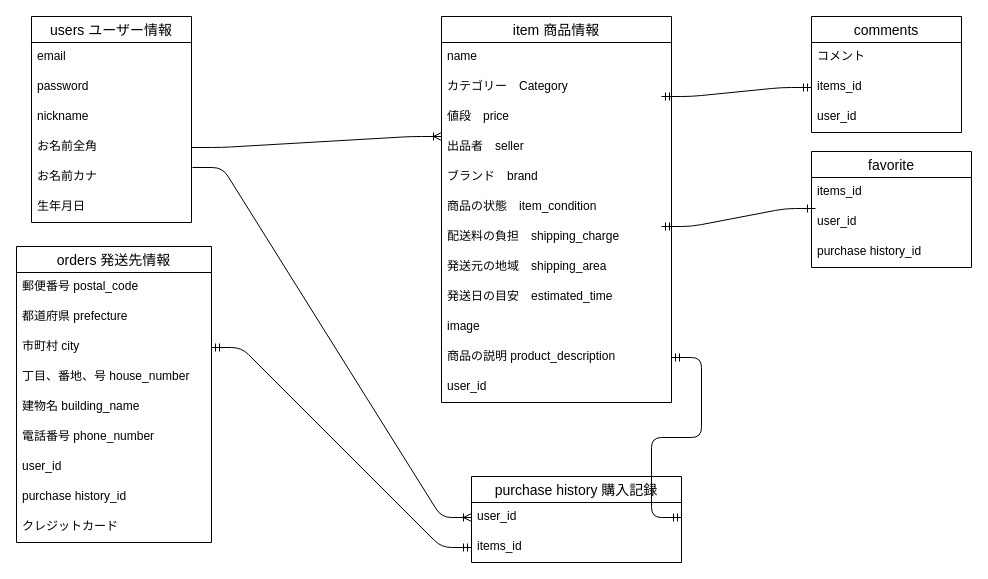
MasayukiU/furima-35825 keeps this draw.io diagram as test..dio. Above is the earlier version. Source tidied: cells renumbered, new cells numbered last; positions are measured from the earlier drawing's top-left corner, leaving out a move shared by most shapes. Both pictures are drawn from the tidied source at 100%, with x=0, y=0 at pixel (16, 16).
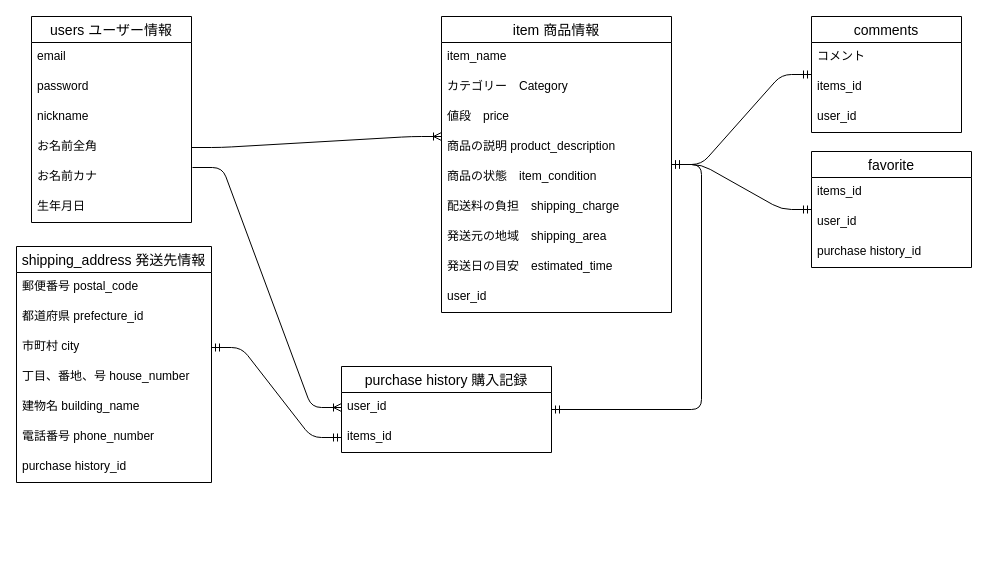
The same diagram, later.

Commit message (it also covers changes not shown here):
データベース設計 再修正

The change refers to these unchanged cells:
```xml
<mxCell id="6" value="お名前全角" style="text;strokeColor=none;fillColor=none;spacingLeft=4;spacingRight=4;overflow=hidden;points=[[0,0.5],[1,0.5]];portConstraint=eastwest;fontSize=12;" parent="2" vertex="1">
  <mxGeometry y="116" width="160" height="30" as="geometry" />
</mxCell>
<mxCell id="32" value="comments" style="swimlane;fontStyle=0;horizontal=1;startSize=26;align=center;fontSize=14;" parent="1" vertex="1">
  <mxGeometry x="795" width="150" height="116" as="geometry" />
</mxCell>
<mxCell id="34" value="items_id" style="text;strokeColor=none;fillColor=none;spacingLeft=4;spacingRight=4;overflow=hidden;points=[[0,0.5],[1,0.5]];portConstraint=eastwest;fontSize=12;" parent="32" vertex="1">
  <mxGeometry y="56" width="150" height="30" as="geometry" />
</mxCell>
<mxCell id="36" value="favorite" style="swimlane;fontStyle=0;horizontal=1;startSize=26;align=center;fontSize=14;" parent="1" vertex="1">
  <mxGeometry x="795" y="135" width="160" height="116" as="geometry" />
</mxCell>
<mxCell id="38" value="user_id" style="text;strokeColor=none;fillColor=none;spacingLeft=4;spacingRight=4;overflow=hidden;points=[[0,0.5],[1,0.5]];portConstraint=eastwest;fontSize=12;" parent="36" vertex="1">
  <mxGeometry y="56" width="160" height="30" as="geometry" />
</mxCell>
<mxCell id="41" value="user_id" style="text;strokeColor=none;fillColor=none;spacingLeft=4;spacingRight=4;overflow=hidden;points=[[0,0.5],[1,0.5]];portConstraint=eastwest;fontSize=12;" parent="40" vertex="1">
  <mxGeometry y="26" width="210" height="30" as="geometry" />
</mxCell>
```

The edit, as a diff of the source:
```diff
@@
     <mxCell id="9" value="item 商品情報" style="swimlane;fontStyle=0;horizontal=1;startSize=26;align=center;fontSize=14;" parent="1" vertex="1">
-      <mxGeometry x="425" width="230" height="386" as="geometry" />
+      <mxGeometry x="425" width="230" height="296" as="geometry" />
     </mxCell>
-    <mxCell id="10" value="name" style="text;strokeColor=none;fillColor=none;spacingLeft=4;spacingRight=4;overflow=hidden;fontSize=12;" parent="9" vertex="1">
+    <mxCell id="10" value="item_name" style="text;strokeColor=none;fillColor=none;spacingLeft=4;spacingRight=4;overflow=hidden;fontSize=12;" parent="9" vertex="1">
       <mxGeometry y="26" width="230" height="30" as="geometry" />
     </mxCell>
@@
-    <mxCell id="13" value="出品者　seller" style="text;strokeColor=none;fillColor=none;spacingLeft=4;spacingRight=4;overflow=hidden;points=[[0,0.5],[1,0.5]];portConstraint=eastwest;fontSize=12;" parent="9" vertex="1">
-      <mxGeometry y="116" width="230" height="30" as="geometry" />
-    </mxCell>
-    <mxCell id="14" value="ブランド　brand" style="text;strokeColor=none;fillColor=none;spacingLeft=4;spacingRight=4;overflow=hidden;fontSize=12;" parent="9" vertex="1">
-      <mxGeometry y="146" width="230" height="30" as="geometry" />
-    </mxCell>
+    <mxCell id="20" value="商品の説明 product_description" style="text;strokeColor=none;fillColor=none;spacingLeft=4;spacingRight=4;overflow=hidden;points=[[0,0.5],[1,0.5]];portConstraint=eastwest;fontSize=12;" parent="9" vertex="1">
+      <mxGeometry y="116" width="230" height="30" as="geometry" />
+    </mxCell>
     <mxCell id="15" value="商品の状態　item_condition" style="text;strokeColor=none;fillColor=none;spacingLeft=4;spacingRight=4;overflow=hidden;fontSize=12;" parent="9" vertex="1">
-      <mxGeometry y="176" width="230" height="30" as="geometry" />
+      <mxGeometry y="146" width="230" height="30" as="geometry" />
     </mxCell>
     <mxCell id="16" value="配送料の負担　shipping_charge" style="text;strokeColor=none;fillColor=none;spacingLeft=4;spacingRight=4;overflow=hidden;fontSize=12;" parent="9" vertex="1">
-      <mxGeometry y="206" width="230" height="30" as="geometry" />
+      <mxGeometry y="176" width="230" height="30" as="geometry" />
     </mxCell>
     <mxCell id="17" value="発送元の地域　shipping_area" style="text;strokeColor=none;fillColor=none;spacingLeft=4;spacingRight=4;overflow=hidden;fontSize=12;" parent="9" vertex="1">
-      <mxGeometry y="236" width="230" height="30" as="geometry" />
+      <mxGeometry y="206" width="230" height="30" as="geometry" />
     </mxCell>
     <mxCell id="18" value="発送日の目安　estimated_time" style="text;strokeColor=none;fillColor=none;spacingLeft=4;spacingRight=4;overflow=hidden;fontSize=12;" parent="9" vertex="1">
-      <mxGeometry y="266" width="230" height="30" as="geometry" />
+      <mxGeometry y="236" width="230" height="30" as="geometry" />
     </mxCell>
-    <mxCell id="19" value="image&#10;" style="text;strokeColor=none;fillColor=none;spacingLeft=4;spacingRight=4;overflow=hidden;fontSize=12;" parent="9" vertex="1">
-      <mxGeometry y="296" width="230" height="30" as="geometry" />
-    </mxCell>
-    <mxCell id="20" value="商品の説明 product_description" style="text;strokeColor=none;fillColor=none;spacingLeft=4;spacingRight=4;overflow=hidden;points=[[0,0.5],[1,0.5]];portConstraint=eastwest;fontSize=12;" parent="9" vertex="1">
-      <mxGeometry y="326" width="230" height="30" as="geometry" />
-    </mxCell>
     <mxCell id="21" value="user_id" style="text;strokeColor=none;fillColor=none;spacingLeft=4;spacingRight=4;overflow=hidden;fontSize=12;" parent="9" vertex="1">
-      <mxGeometry y="356" width="230" height="30" as="geometry" />
+      <mxGeometry y="266" width="230" height="30" as="geometry" />
     </mxCell>
-    <mxCell id="22" value="orders 発送先情報" style="swimlane;fontStyle=0;horizontal=1;startSize=26;align=center;fontSize=14;" parent="1" vertex="1">
-      <mxGeometry y="230" width="195" height="296" as="geometry" />
+    <mxCell id="22" value="shipping_address 発送先情報" style="swimlane;fontStyle=0;horizontal=1;startSize=26;align=center;fontSize=14;" parent="1" vertex="1">
+      <mxGeometry y="230" width="195" height="236" as="geometry" />
     </mxCell>
@@
-    <mxCell id="24" value="都道府県 prefecture" style="text;strokeColor=none;fillColor=none;spacingLeft=4;spacingRight=4;overflow=hidden;fontSize=12;" parent="22" vertex="1">
+    <mxCell id="24" value="都道府県 prefecture_id" style="text;strokeColor=none;fillColor=none;spacingLeft=4;spacingRight=4;overflow=hidden;fontSize=12;" parent="22" vertex="1">
       <mxGeometry y="56" width="195" height="30" as="geometry" />
     </mxCell>
@@
-    <mxCell id="29" value="user_id" style="text;strokeColor=none;fillColor=none;spacingLeft=4;spacingRight=4;overflow=hidden;fontSize=12;" parent="22" vertex="1">
-      <mxGeometry y="206" width="195" height="30" as="geometry" />
-    </mxCell>
     <mxCell id="30" value="purchase history_id&#10;" style="text;strokeColor=none;fillColor=none;spacingLeft=4;spacingRight=4;overflow=hidden;fontSize=12;" parent="22" vertex="1">
-      <mxGeometry y="236" width="195" height="30" as="geometry" />
+      <mxGeometry y="206" width="195" height="30" as="geometry" />
     </mxCell>
-    <mxCell id="31" value="クレジットカード" style="text;strokeColor=none;fillColor=none;spacingLeft=4;spacingRight=4;overflow=hidden;fontSize=12;" parent="22" vertex="1">
-      <mxGeometry y="266" width="195" height="30" as="geometry" />
-    </mxCell>
@@
     <mxCell id="40" value="purchase history 購入記録" style="swimlane;fontStyle=0;horizontal=1;startSize=26;align=center;fontSize=14;" parent="1" vertex="1">
-      <mxGeometry x="455" y="460" width="210" height="86" as="geometry" />
+      <mxGeometry x="325" y="350" width="210" height="86" as="geometry" />
     </mxCell>
@@
-    <mxCell id="43" style="edgeStyle=entityRelationEdgeStyle;fontSize=12;html=1;endArrow=ERoneToMany;entryX=0;entryY=0.133;entryDx=0;entryDy=0;entryPerimeter=0;" parent="1" edge="1" source="6" target="13">
-      <mxGeometry relative="1" as="geometry" />
+    <mxCell id="43" style="edgeStyle=entityRelationEdgeStyle;fontSize=12;html=1;endArrow=ERoneToMany;entryX=0;entryY=0.133;entryDx=0;entryDy=0;entryPerimeter=0;" parent="1" edge="1" source="6">
+      <mxGeometry relative="1" as="geometry">
+        <mxPoint x="425" y="120" as="targetPoint" />
+      </mxGeometry>
     </mxCell>
@@
-    <mxCell id="46" style="edgeStyle=entityRelationEdgeStyle;fontSize=12;html=1;endArrow=ERmandOne;startArrow=ERmandOne;entryX=0.025;entryY=0.033;entryDx=0;entryDy=0;entryPerimeter=0;" parent="1" edge="1" target="38">
-      <mxGeometry relative="1" as="geometry">
-        <mxPoint x="645" y="210" as="sourcePoint" />
-      </mxGeometry>
+    <mxCell id="46" style="edgeStyle=entityRelationEdgeStyle;fontSize=12;html=1;endArrow=ERmandOne;startArrow=ERmandOne;" parent="1" edge="1" source="9" target="36">
+      <mxGeometry relative="1" as="geometry" />
     </mxCell>
-    <mxCell id="47" style="edgeStyle=entityRelationEdgeStyle;fontSize=12;html=1;endArrow=ERmandOne;startArrow=ERmandOne;" parent="1" edge="1" target="34">
-      <mxGeometry relative="1" as="geometry">
-        <mxPoint x="645" y="80" as="sourcePoint" />
-      </mxGeometry>
+    <mxCell id="47" style="edgeStyle=entityRelationEdgeStyle;fontSize=12;html=1;endArrow=ERmandOne;startArrow=ERmandOne;" parent="1" edge="1" source="9" target="32">
+      <mxGeometry relative="1" as="geometry" />
     </mxCell>
-    <mxCell id="48" style="edgeStyle=entityRelationEdgeStyle;fontSize=12;html=1;endArrow=ERmandOne;startArrow=ERmandOne;entryX=1;entryY=0.5;entryDx=0;entryDy=0;exitX=1;exitY=0.5;exitDx=0;exitDy=0;" parent="1" edge="1" source="20" target="41">
+    <mxCell id="48" style="edgeStyle=entityRelationEdgeStyle;fontSize=12;html=1;endArrow=ERmandOne;startArrow=ERmandOne;" parent="1" edge="1" source="9" target="40">
       <mxGeometry relative="1" as="geometry" />
     </mxCell>
```
